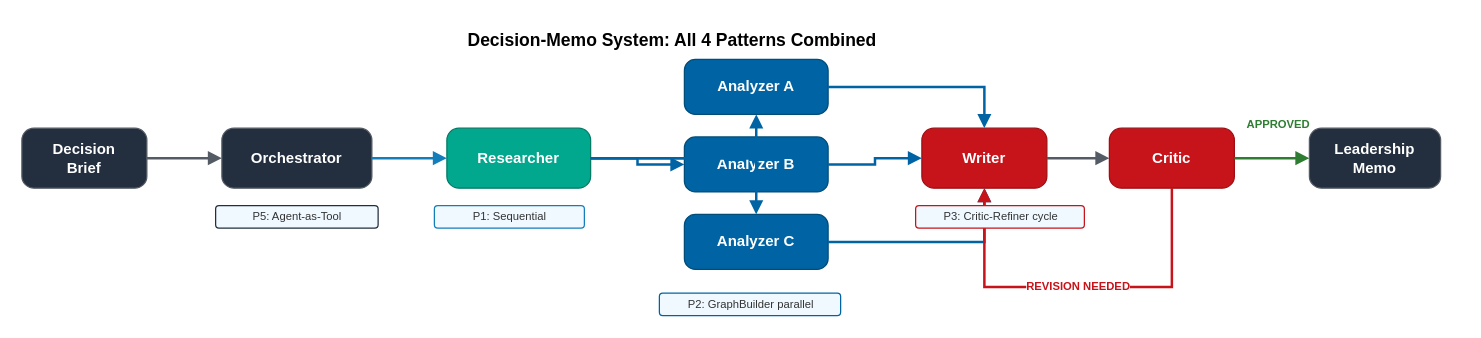
Earlier version of the draw.io diagram samples/07-capstone/architecture.drawio (aws-samples/sample-multi-agent-systems-with-strands-workshop). Source tidied: cells renumbered, new cells numbered last; positions are measured from the earlier drawing's top-left corner, leaving out a move shared by most shapes. Both pictures are drawn from the tidied source at 125%, with x=0, y=0 at pixel (21, 24).
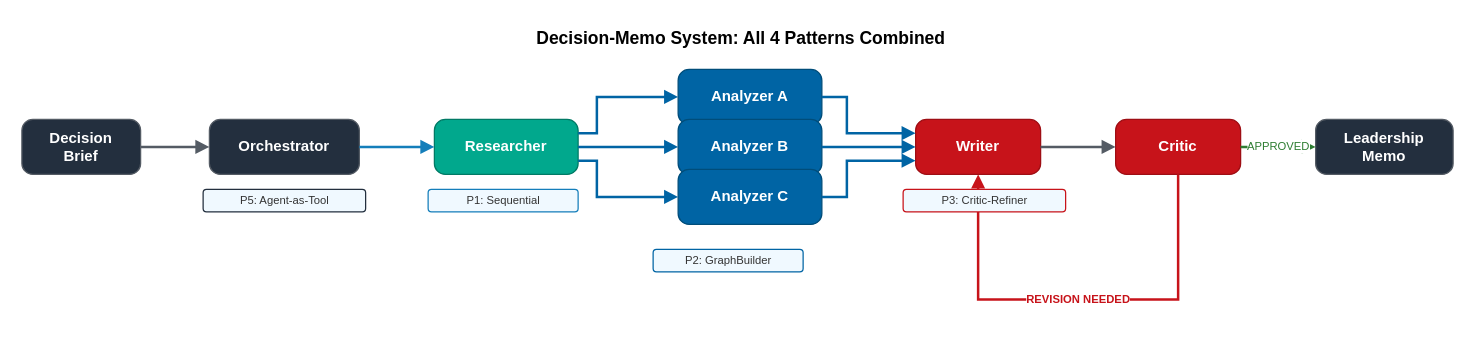
Above is the later version.

Commit message (it also covers changes not shown here):
M7 conceptual: explicit waypoints on every edge, no crossing arrows

Change to the diagram source:
```diff
@@
     <mxCell id="2" value="Decision-Memo System: All 4 Patterns Combined" style="text;html=1;align=center;verticalAlign=middle;fontSize=14;fontStyle=1;fillColor=none;strokeColor=none;" parent="1" vertex="1">
-      <mxGeometry width="1040" height="26" as="geometry" />
+      <mxGeometry y="-2" width="1150" height="26" as="geometry" />
     </mxCell>
     <mxCell id="3" value="Decision&lt;br&gt;Brief" style="rounded=1;whiteSpace=wrap;html=1;fillColor=#232F3E;strokeColor=#545B64;fontColor=#ffffff;fontSize=12;fontStyle=1;arcSize=20;" parent="1" vertex="1">
-      <mxGeometry y="83" width="100" height="48" as="geometry" />
+      <mxGeometry y="76" width="95" height="44" as="geometry" />
     </mxCell>
     <mxCell id="4" value="Orchestrator" style="rounded=1;whiteSpace=wrap;html=1;fillColor=#232F3E;strokeColor=#545B64;fontColor=#ffffff;fontSize=12;fontStyle=1;arcSize=20;" parent="1" vertex="1">
-      <mxGeometry x="160" y="83" width="120" height="48" as="geometry" />
+      <mxGeometry x="150" y="76" width="120" height="44" as="geometry" />
     </mxCell>
     <mxCell id="5" value="Researcher" style="rounded=1;whiteSpace=wrap;html=1;fillColor=#01A88D;strokeColor=#017A65;fontColor=#ffffff;fontSize=12;fontStyle=1;arcSize=20;" parent="1" vertex="1">
-      <mxGeometry x="340" y="83" width="115" height="48" as="geometry" />
+      <mxGeometry x="330" y="76" width="115" height="44" as="geometry" />
     </mxCell>
     <mxCell id="6" value="Analyzer A" style="rounded=1;whiteSpace=wrap;html=1;fillColor=#0064A4;strokeColor=#004D7A;fontColor=#ffffff;fontSize=12;fontStyle=1;arcSize=20;" parent="1" vertex="1">
-      <mxGeometry x="530" y="28" width="115" height="44" as="geometry" />
+      <mxGeometry x="525" y="36" width="115" height="44" as="geometry" />
     </mxCell>
     <mxCell id="7" value="Analyzer B" style="rounded=1;whiteSpace=wrap;html=1;fillColor=#0064A4;strokeColor=#004D7A;fontColor=#ffffff;fontSize=12;fontStyle=1;arcSize=20;" parent="1" vertex="1">
-      <mxGeometry x="530" y="90" width="115" height="44" as="geometry" />
+      <mxGeometry x="525" y="76" width="115" height="44" as="geometry" />
     </mxCell>
     <mxCell id="8" value="Analyzer C" style="rounded=1;whiteSpace=wrap;html=1;fillColor=#0064A4;strokeColor=#004D7A;fontColor=#ffffff;fontSize=12;fontStyle=1;arcSize=20;" parent="1" vertex="1">
-      <mxGeometry x="530" y="152" width="115" height="44" as="geometry" />
+      <mxGeometry x="525" y="116" width="115" height="44" as="geometry" />
     </mxCell>
     <mxCell id="9" value="Writer" style="rounded=1;whiteSpace=wrap;html=1;fillColor=#C7131A;strokeColor=#9E0E14;fontColor=#ffffff;fontSize=12;fontStyle=1;arcSize=20;" parent="1" vertex="1">
-      <mxGeometry x="720" y="83" width="100" height="48" as="geometry" />
+      <mxGeometry x="715" y="76" width="100" height="44" as="geometry" />
     </mxCell>
     <mxCell id="10" value="Critic" style="rounded=1;whiteSpace=wrap;html=1;fillColor=#C7131A;strokeColor=#9E0E14;fontColor=#ffffff;fontSize=12;fontStyle=1;arcSize=20;" parent="1" vertex="1">
-      <mxGeometry x="870" y="83" width="100" height="48" as="geometry" />
+      <mxGeometry x="875" y="76" width="100" height="44" as="geometry" />
     </mxCell>
     <mxCell id="11" value="Leadership&lt;br&gt;Memo" style="rounded=1;whiteSpace=wrap;html=1;fillColor=#232F3E;strokeColor=#545B64;fontColor=#ffffff;fontSize=12;fontStyle=1;arcSize=20;" parent="1" vertex="1">
-      <mxGeometry x="1030" y="83" width="105" height="48" as="geometry" />
+      <mxGeometry x="1035" y="76" width="110" height="44" as="geometry" />
     </mxCell>
-    <mxCell id="12" style="edgeStyle=orthogonalEdgeStyle;rounded=0;jettySize=auto;html=1;flowAnimation=1;strokeWidth=2;strokeColor=#545B64;endArrow=block;endFill=1;" parent="1" edge="1" source="3" target="4">
+    <mxCell id="12" style="edgeStyle=orthogonalEdgeStyle;rounded=0;jettySize=auto;html=1;flowAnimation=1;strokeWidth=2;strokeColor=#545B64;endArrow=block;endFill=1;fontSize=9;fontColor=#545B64;exitX=1;exitY=0.5;exitDx=0;exitDy=0;entryX=0;entryY=0.5;entryDx=0;entryDy=0;" parent="1" edge="1" source="3" target="4">
       <mxGeometry relative="1" as="geometry" />
     </mxCell>
-    <mxCell id="13" style="edgeStyle=orthogonalEdgeStyle;rounded=0;jettySize=auto;html=1;flowAnimation=1;strokeWidth=2;strokeColor=#147EBA;endArrow=block;endFill=1;" parent="1" edge="1" source="4" target="5">
+    <mxCell id="13" style="edgeStyle=orthogonalEdgeStyle;rounded=0;jettySize=auto;html=1;flowAnimation=1;strokeWidth=2;strokeColor=#147EBA;endArrow=block;endFill=1;fontSize=9;fontColor=#147EBA;exitX=1;exitY=0.5;exitDx=0;exitDy=0;entryX=0;entryY=0.5;entryDx=0;entryDy=0;" parent="1" edge="1" source="4" target="5">
       <mxGeometry relative="1" as="geometry" />
     </mxCell>
-    <mxCell id="14" style="edgeStyle=orthogonalEdgeStyle;rounded=0;jettySize=auto;html=1;flowAnimation=1;strokeWidth=2;strokeColor=#0064A4;endArrow=block;endFill=1;" parent="1" edge="1" source="5" target="6">
-      <mxGeometry relative="1" as="geometry" />
+    <mxCell id="14" style="edgeStyle=orthogonalEdgeStyle;rounded=0;jettySize=auto;html=1;flowAnimation=1;strokeWidth=2;strokeColor=#0064A4;endArrow=block;endFill=1;fontSize=9;fontColor=#0064A4;exitX=1;exitY=0.25;exitDx=0;exitDy=0;entryX=0;entryY=0.5;entryDx=0;entryDy=0;" parent="1" edge="1" source="5" target="6">
+      <mxGeometry relative="1" as="geometry">
+        <Array as="points">
+          <mxPoint x="460" y="58" />
+        </Array>
+      </mxGeometry>
     </mxCell>
-    <mxCell id="15" style="edgeStyle=orthogonalEdgeStyle;rounded=0;jettySize=auto;html=1;flowAnimation=1;strokeWidth=2;strokeColor=#0064A4;endArrow=block;endFill=1;" parent="1" edge="1" source="5" target="7">
+    <mxCell id="15" style="edgeStyle=orthogonalEdgeStyle;rounded=0;jettySize=auto;html=1;flowAnimation=1;strokeWidth=2;strokeColor=#0064A4;endArrow=block;endFill=1;fontSize=9;fontColor=#0064A4;exitX=1;exitY=0.5;exitDx=0;exitDy=0;entryX=0;entryY=0.5;entryDx=0;entryDy=0;" parent="1" edge="1" source="5" target="7">
       <mxGeometry relative="1" as="geometry" />
     </mxCell>
-    <mxCell id="16" style="edgeStyle=orthogonalEdgeStyle;rounded=0;jettySize=auto;html=1;flowAnimation=1;strokeWidth=2;strokeColor=#0064A4;endArrow=block;endFill=1;" parent="1" edge="1" source="5" target="8">
-      <mxGeometry relative="1" as="geometry" />
+    <mxCell id="16" style="edgeStyle=orthogonalEdgeStyle;rounded=0;jettySize=auto;html=1;flowAnimation=1;strokeWidth=2;strokeColor=#0064A4;endArrow=block;endFill=1;fontSize=9;fontColor=#0064A4;exitX=1;exitY=0.75;exitDx=0;exitDy=0;entryX=0;entryY=0.5;entryDx=0;entryDy=0;" parent="1" edge="1" source="5" target="8">
+      <mxGeometry relative="1" as="geometry">
+        <Array as="points">
+          <mxPoint x="460" y="138" />
+        </Array>
+      </mxGeometry>
     </mxCell>
-    <mxCell id="17" style="edgeStyle=orthogonalEdgeStyle;rounded=0;jettySize=auto;html=1;flowAnimation=1;strokeWidth=2;strokeColor=#0064A4;endArrow=block;endFill=1;" parent="1" edge="1" source="6" target="9">
-      <mxGeometry relative="1" as="geometry" />
+    <mxCell id="17" style="edgeStyle=orthogonalEdgeStyle;rounded=0;jettySize=auto;html=1;flowAnimation=1;strokeWidth=2;strokeColor=#0064A4;endArrow=block;endFill=1;fontSize=9;fontColor=#0064A4;exitX=1;exitY=0.5;exitDx=0;exitDy=0;entryX=0;entryY=0.25;entryDx=0;entryDy=0;" parent="1" edge="1" source="6" target="9">
+      <mxGeometry relative="1" as="geometry">
+        <Array as="points">
+          <mxPoint x="660" y="58" />
+          <mxPoint x="660" y="87" />
+        </Array>
+      </mxGeometry>
     </mxCell>
-    <mxCell id="18" style="edgeStyle=orthogonalEdgeStyle;rounded=0;jettySize=auto;html=1;flowAnimation=1;strokeWidth=2;strokeColor=#0064A4;endArrow=block;endFill=1;" parent="1" edge="1" source="7" target="9">
+    <mxCell id="18" style="edgeStyle=orthogonalEdgeStyle;rounded=0;jettySize=auto;html=1;flowAnimation=1;strokeWidth=2;strokeColor=#0064A4;endArrow=block;endFill=1;fontSize=9;fontColor=#0064A4;exitX=1;exitY=0.5;exitDx=0;exitDy=0;entryX=0;entryY=0.5;entryDx=0;entryDy=0;" parent="1" edge="1" source="7" target="9">
       <mxGeometry relative="1" as="geometry" />
     </mxCell>
-    <mxCell id="19" style="edgeStyle=orthogonalEdgeStyle;rounded=0;jettySize=auto;html=1;flowAnimation=1;strokeWidth=2;strokeColor=#0064A4;endArrow=block;endFill=1;" parent="1" edge="1" source="8" target="9">
-      <mxGeometry relative="1" as="geometry" />
+    <mxCell id="19" style="edgeStyle=orthogonalEdgeStyle;rounded=0;jettySize=auto;html=1;flowAnimation=1;strokeWidth=2;strokeColor=#0064A4;endArrow=block;endFill=1;fontSize=9;fontColor=#0064A4;exitX=1;exitY=0.5;exitDx=0;exitDy=0;entryX=0;entryY=0.75;entryDx=0;entryDy=0;" parent="1" edge="1" source="8" target="9">
+      <mxGeometry relative="1" as="geometry">
+        <Array as="points">
+          <mxPoint x="660" y="138" />
+          <mxPoint x="660" y="109" />
+        </Array>
+      </mxGeometry>
     </mxCell>
-    <mxCell id="20" style="edgeStyle=orthogonalEdgeStyle;rounded=0;jettySize=auto;html=1;flowAnimation=1;strokeWidth=2;strokeColor=#545B64;endArrow=block;endFill=1;" parent="1" edge="1" source="9" target="10">
+    <mxCell id="20" style="edgeStyle=orthogonalEdgeStyle;rounded=0;jettySize=auto;html=1;flowAnimation=1;strokeWidth=2;strokeColor=#545B64;endArrow=block;endFill=1;fontSize=9;fontColor=#545B64;exitX=1;exitY=0.5;exitDx=0;exitDy=0;entryX=0;entryY=0.5;entryDx=0;entryDy=0;" parent="1" edge="1" source="9" target="10">
       <mxGeometry relative="1" as="geometry" />
     </mxCell>
-    <mxCell id="21" style="edgeStyle=orthogonalEdgeStyle;rounded=0;jettySize=auto;html=1;flowAnimation=1;strokeWidth=2;strokeColor=#2E7D32;endArrow=block;endFill=1;" parent="1" edge="1" source="10" target="11">
+    <mxCell id="21" value="APPROVED" style="edgeStyle=orthogonalEdgeStyle;rounded=0;jettySize=auto;html=1;flowAnimation=1;strokeWidth=2;strokeColor=#2E7D32;endArrow=block;endFill=1;fontSize=9;fontColor=#2E7D32;exitX=1;exitY=0.5;exitDx=0;exitDy=0;entryX=0;entryY=0.5;entryDx=0;entryDy=0;" parent="1" edge="1" source="10" target="11">
       <mxGeometry relative="1" as="geometry" />
     </mxCell>
     <mxCell id="22" value="REVISION NEEDED" style="edgeStyle=orthogonalEdgeStyle;rounded=0;jettySize=auto;html=1;flowAnimation=1;strokeWidth=2;strokeColor=#C7131A;endArrow=block;endFill=1;exitX=0.5;exitY=1;exitDx=0;exitDy=0;entryX=0.5;entryY=1;entryDx=0;entryDy=0;fontSize=9;fontColor=#C7131A;fontStyle=1;" parent="1" edge="1" source="10" target="9">
       <mxGeometry relative="1" as="geometry">
         <Array as="points">
-          <mxPoint x="920" y="210" />
-          <mxPoint x="770" y="210" />
+          <mxPoint x="925" y="220" />
+          <mxPoint x="765" y="220" />
         </Array>
       </mxGeometry>
     </mxCell>
-    <mxCell id="23" value="APPROVED" style="text;html=1;align=center;fontSize=9;fontColor=#2E7D32;fontStyle=1;fillColor=none;strokeColor=none;" parent="1" vertex="1">
-      <mxGeometry x="970" y="68" width="70" height="16" as="geometry" />
-    </mxCell>
     <mxCell id="24" value="P5: Agent-as-Tool" style="text;html=1;align=center;verticalAlign=middle;fontSize=9;fontStyle=0;fillColor=#F0F9FF;strokeColor=#232F3E;rounded=1;fontColor=#333;" parent="1" vertex="1">
-      <mxGeometry x="155" y="145" width="130" height="18" as="geometry" />
+      <mxGeometry x="145" y="132" width="130" height="18" as="geometry" />
     </mxCell>
     <mxCell id="25" value="P1: Sequential" style="text;html=1;align=center;verticalAlign=middle;fontSize=9;fontStyle=0;fillColor=#F0F9FF;strokeColor=#147EBA;rounded=1;fontColor=#333;" parent="1" vertex="1">
-      <mxGeometry x="330" y="145" width="120" height="18" as="geometry" />
+      <mxGeometry x="325" y="132" width="120" height="18" as="geometry" />
     </mxCell>
-    <mxCell id="26" value="P2: GraphBuilder parallel" style="text;html=1;align=center;verticalAlign=middle;fontSize=9;fontStyle=0;fillColor=#F0F9FF;strokeColor=#0064A4;rounded=1;fontColor=#333;" parent="1" vertex="1">
-      <mxGeometry x="510" y="215" width="145" height="18" as="geometry" />
-    </mxCell>
-    <mxCell id="27" value="P3: Critic-Refiner cycle" style="text;html=1;align=center;verticalAlign=middle;fontSize=9;fontStyle=0;fillColor=#F0F9FF;strokeColor=#C7131A;rounded=1;fontColor=#333;" parent="1" vertex="1">
-      <mxGeometry x="715" y="145" width="135" height="18" as="geometry" />
-    </mxCell>
+    <mxCell id="28" value="P2: GraphBuilder" style="text;html=1;align=center;verticalAlign=middle;fontSize=9;fontStyle=0;fillColor=#F0F9FF;strokeColor=#0064A4;rounded=1;fontColor=#333;" parent="1" vertex="1">
+      <mxGeometry x="505" y="180" width="120" height="18" as="geometry" />
+    </mxCell>
+    <mxCell id="29" value="P3: Critic-Refiner" style="text;html=1;align=center;verticalAlign=middle;fontSize=9;fontStyle=0;fillColor=#F0F9FF;strokeColor=#C7131A;rounded=1;fontColor=#333;" parent="1" vertex="1">
+      <mxGeometry x="705" y="132" width="130" height="18" as="geometry" />
+    </mxCell>
```
